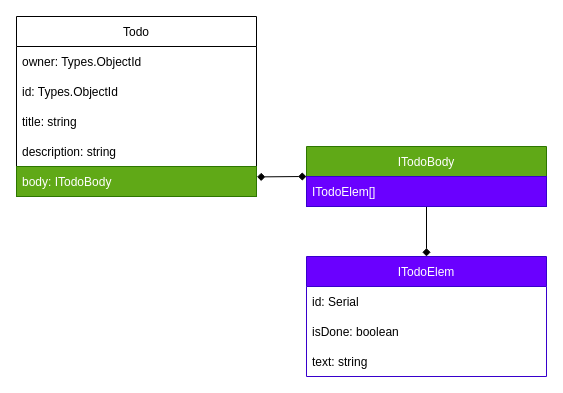
Earlier version of the draw.io diagram docs/todo.drawio (Mayamee/todo-app-woman). Source tidied: cells renumbered, new cells numbered last; positions are measured from the earlier drawing's top-left corner, leaving out a move shared by most shapes. Both pictures are drawn from the tidied source at 100%, with x=0, y=0 at pixel (16, 16).
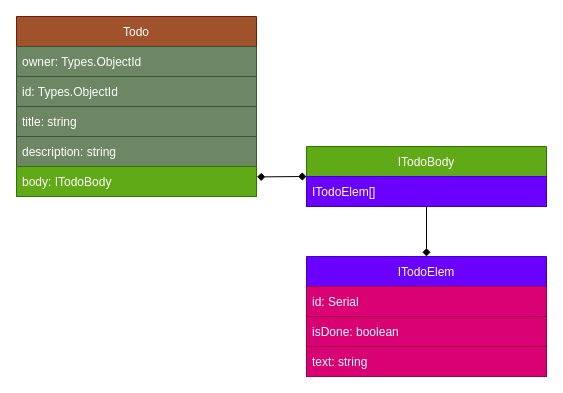
Above is the later version.

What changed in the source:
```diff
@@
 <mxGraphModel>
   <root>
     <mxCell id="0" />
     <mxCell id="1" parent="0" />
-    <mxCell id="2" value="Todo" style="swimlane;fontStyle=0;horizontal=1;startSize=30;" parent="1" vertex="1">
+    <mxCell id="2" value="Todo" style="swimlane;fontStyle=0;horizontal=1;startSize=30;fillColor=#a0522d;fontColor=#ffffff;strokeColor=#6D1F00;" parent="1" vertex="1">
       <mxGeometry width="240" height="180" as="geometry" />
     </mxCell>
-    <mxCell id="3" value="owner: Types.ObjectId" style="text;strokeColor=none;fillColor=none;align=left;verticalAlign=middle;spacingLeft=4;spacingRight=4;overflow=hidden;" parent="2" vertex="1">
+    <mxCell id="3" value="owner: Types.ObjectId" style="text;strokeColor=#3A5431;fillColor=#6d8764;align=left;verticalAlign=middle;spacingLeft=4;spacingRight=4;overflow=hidden;fontColor=#ffffff;" parent="2" vertex="1">
       <mxGeometry y="30" width="240" height="30" as="geometry" />
     </mxCell>
-    <mxCell id="4" value="id: Types.ObjectId" style="text;strokeColor=none;fillColor=none;align=left;verticalAlign=middle;spacingLeft=4;spacingRight=4;overflow=hidden;" parent="2" vertex="1">
+    <mxCell id="4" value="id: Types.ObjectId" style="text;strokeColor=#3A5431;fillColor=#6d8764;align=left;verticalAlign=middle;spacingLeft=4;spacingRight=4;overflow=hidden;fontColor=#ffffff;" parent="2" vertex="1">
       <mxGeometry y="60" width="240" height="30" as="geometry" />
     </mxCell>
-    <mxCell id="5" value="title: string" style="text;strokeColor=none;fillColor=none;align=left;verticalAlign=middle;spacingLeft=4;spacingRight=4;overflow=hidden;" parent="2" vertex="1">
+    <mxCell id="5" value="title: string" style="text;strokeColor=#3A5431;fillColor=#6d8764;align=left;verticalAlign=middle;spacingLeft=4;spacingRight=4;overflow=hidden;fontColor=#ffffff;" parent="2" vertex="1">
       <mxGeometry y="90" width="240" height="30" as="geometry" />
     </mxCell>
-    <mxCell id="6" value="description: string" style="text;strokeColor=none;fillColor=none;align=left;verticalAlign=middle;spacingLeft=4;spacingRight=4;overflow=hidden;" parent="2" vertex="1">
+    <mxCell id="6" value="description: string" style="text;strokeColor=#3A5431;fillColor=#6d8764;align=left;verticalAlign=middle;spacingLeft=4;spacingRight=4;overflow=hidden;fontColor=#ffffff;" parent="2" vertex="1">
       <mxGeometry y="120" width="240" height="30" as="geometry" />
     </mxCell>
     <mxCell id="7" value="body: ITodoBody" style="text;align=left;verticalAlign=middle;spacingLeft=4;spacingRight=4;overflow=hidden;points=[[0,0.5],[1,0.5]];portConstraint=eastwest;fillColor=#60a917;fontColor=#ffffff;strokeColor=#2D7600;" parent="2" vertex="1">
       <mxGeometry y="150" width="240" height="30" as="geometry" />
     </mxCell>
     <mxCell id="8" style="edgeStyle=none;html=1;endArrow=diamond;endFill=1;" parent="1" edge="1" source="9" target="12">
       <mxGeometry relative="1" as="geometry" />
     </mxCell>
     <mxCell id="9" value="ITodoBody" style="swimlane;fontStyle=0;horizontal=1;startSize=30;fillColor=#60a917;fontColor=#ffffff;strokeColor=#2D7600;" parent="1" vertex="1">
       <mxGeometry x="290" y="130" width="240" height="60" as="geometry" />
     </mxCell>
     <mxCell id="10" value="ITodoElem[]" style="text;strokeColor=#3700CC;fillColor=#6a00ff;align=left;verticalAlign=middle;spacingLeft=4;spacingRight=4;overflow=hidden;fontColor=#ffffff;" parent="9" vertex="1">
       <mxGeometry y="30" width="240" height="30" as="geometry" />
     </mxCell>
     <mxCell id="11" style="endArrow=diamond;html=1;exitX=1.002;exitY=0.347;exitDx=0;exitDy=0;entryX=0;entryY=0.5;entryDx=0;entryDy=0;endFill=1;exitPerimeter=0;startArrow=diamond;startFill=1;" parent="1" edge="1" source="7" target="9">
       <mxGeometry relative="1" as="geometry" />
     </mxCell>
     <mxCell id="12" value="ITodoElem" style="swimlane;fontStyle=0;horizontal=1;startSize=30;fillColor=#6a00ff;fontColor=#ffffff;strokeColor=#3700CC;" parent="1" vertex="1">
       <mxGeometry x="290" y="240" width="240" height="120" as="geometry" />
     </mxCell>
-    <mxCell id="13" value="id: Serial" style="text;strokeColor=none;fillColor=none;align=left;verticalAlign=middle;spacingLeft=4;spacingRight=4;overflow=hidden;" parent="12" vertex="1">
+    <mxCell id="13" value="id: Serial" style="text;strokeColor=#A50040;fillColor=#d80073;align=left;verticalAlign=middle;spacingLeft=4;spacingRight=4;overflow=hidden;fontColor=#ffffff;" parent="12" vertex="1">
       <mxGeometry y="30" width="240" height="30" as="geometry" />
     </mxCell>
-    <mxCell id="14" value="isDone: boolean" style="text;strokeColor=none;fillColor=none;align=left;verticalAlign=middle;spacingLeft=4;spacingRight=4;overflow=hidden;" parent="12" vertex="1">
+    <mxCell id="14" value="isDone: boolean" style="text;strokeColor=#A50040;fillColor=#d80073;align=left;verticalAlign=middle;spacingLeft=4;spacingRight=4;overflow=hidden;fontColor=#ffffff;" parent="12" vertex="1">
       <mxGeometry y="60" width="240" height="30" as="geometry" />
     </mxCell>
-    <mxCell id="15" value="text: string" style="text;strokeColor=none;fillColor=none;align=left;verticalAlign=middle;spacingLeft=4;spacingRight=4;overflow=hidden;" parent="12" vertex="1">
+    <mxCell id="15" value="text: string" style="text;strokeColor=#A50040;fillColor=#d80073;align=left;verticalAlign=middle;spacingLeft=4;spacingRight=4;overflow=hidden;fontColor=#ffffff;" parent="12" vertex="1">
       <mxGeometry y="90" width="240" height="30" as="geometry" />
     </mxCell>
   </root>
 </mxGraphModel>
```
